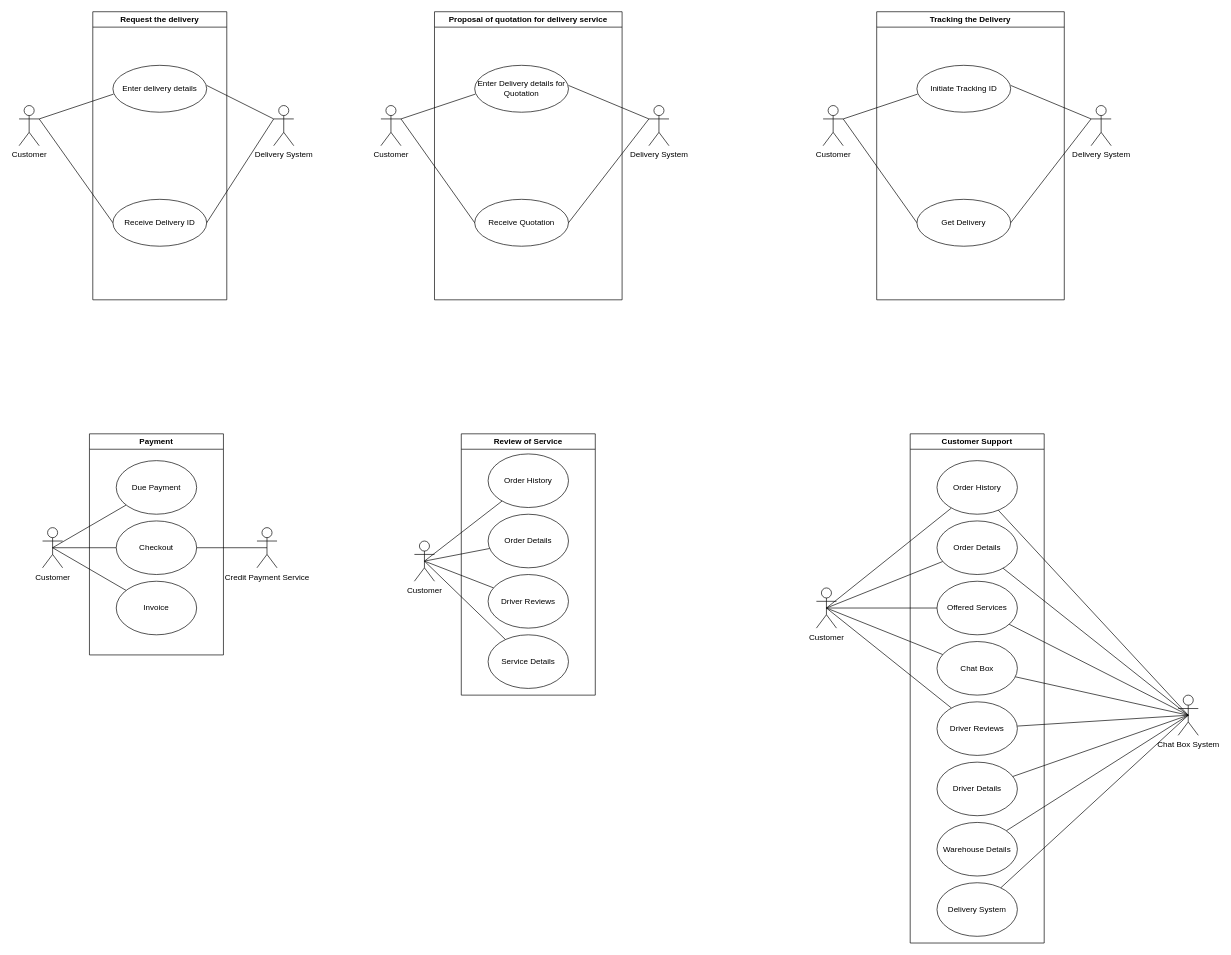
The draw.io diagram diagrams.drawio in thermoNuke1/The-blueprint--SOEN-343, before the edit. Source tidied: cells renumbered, new cells numbered last; positions are measured from the earlier drawing's top-left corner, leaving out a move shared by most shapes. Both pictures are drawn from the tidied source at 67%, with x=0, y=0 at pixel (19, 11).
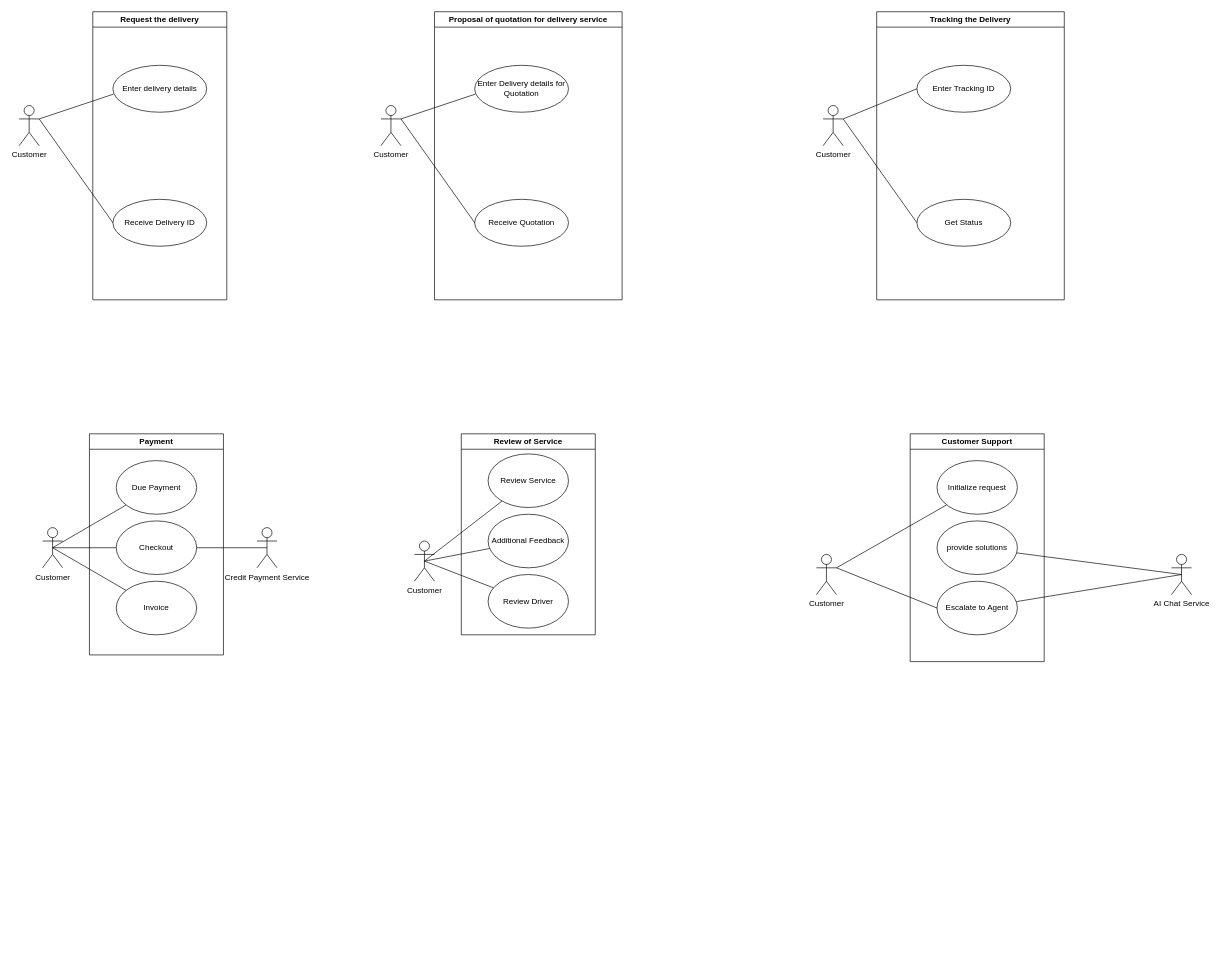
The same diagram, later.

Unchanged cells that the change refers to:
```xml
<mxCell id="2" value="Request the delivery" style="swimlane;whiteSpace=wrap;html=1;" parent="1" vertex="1">
  <mxGeometry x="110" width="200" height="430" as="geometry" />
</mxCell>
<mxCell id="4" value="Receive Delivery ID" style="ellipse;whiteSpace=wrap;html=1;" parent="2" vertex="1">
  <mxGeometry x="30" y="280" width="140" height="70" as="geometry" />
</mxCell>
<mxCell id="11" value="Proposal of quotation for delivery service" style="swimlane;whiteSpace=wrap;html=1;" parent="1" vertex="1">
  <mxGeometry x="620" width="280" height="430" as="geometry" />
</mxCell>
<mxCell id="13" value="Receive Quotation" style="ellipse;whiteSpace=wrap;html=1;" parent="11" vertex="1">
  <mxGeometry x="60" y="280" width="140" height="70" as="geometry" />
</mxCell>
<mxCell id="20" value="Tracking the Delivery" style="swimlane;whiteSpace=wrap;html=1;" parent="1" vertex="1">
  <mxGeometry x="1280" width="280" height="430" as="geometry" />
</mxCell>
<mxCell id="26" value="Customer" style="shape=umlActor;verticalLabelPosition=bottom;verticalAlign=top;html=1;outlineConnect=0;" parent="1" vertex="1">
  <mxGeometry x="1200" y="140" width="30" height="60" as="geometry" />
</mxCell>
<mxCell id="43" value="Customer" style="shape=umlActor;verticalLabelPosition=bottom;verticalAlign=top;html=1;" parent="1" vertex="1">
  <mxGeometry x="590" y="790" width="30" height="60" as="geometry" />
</mxCell>
```

Change to the diagram source:
```diff
@@
-    <mxCell id="5" style="endArrow=none;html=1;rounded=0;exitX=1;exitY=0.3333333333333333;exitDx=0;exitDy=0;exitPerimeter=0;" parent="2" edge="1">
-      <mxGeometry relative="1" as="geometry">
-        <mxPoint x="170" y="110" as="sourcePoint" />
-        <mxPoint x="270" y="160" as="targetPoint" />
-      </mxGeometry>
-    </mxCell>
@@
-    <mxCell id="7" value="Delivery System" style="shape=umlActor;verticalLabelPosition=bottom;verticalAlign=top;html=1;" parent="1" vertex="1">
-      <mxGeometry x="380" y="140" width="30" height="60" as="geometry" />
-    </mxCell>
@@
-    <mxCell id="10" style="endArrow=none;html=1;rounded=0;exitX=1;exitY=0.5;exitDx=0;exitDy=0;" parent="1" edge="1" source="4">
-      <mxGeometry relative="1" as="geometry">
-        <mxPoint x="380" y="160" as="targetPoint" />
-      </mxGeometry>
-    </mxCell>
@@
-    <mxCell id="14" style="endArrow=none;html=1;rounded=0;exitX=1;exitY=0.3333333333333333;exitDx=0;exitDy=0;exitPerimeter=0;" parent="11" edge="1">
-      <mxGeometry relative="1" as="geometry">
-        <mxPoint x="200" y="110" as="sourcePoint" />
-        <mxPoint x="320" y="160" as="targetPoint" />
-      </mxGeometry>
-    </mxCell>
@@
-    <mxCell id="18" value="Delivery System" style="shape=umlActor;verticalLabelPosition=bottom;verticalAlign=top;html=1;outlineConnect=0;" parent="1" vertex="1">
-      <mxGeometry x="940" y="140" width="30" height="60" as="geometry" />
-    </mxCell>
-    <mxCell id="19" style="endArrow=none;html=1;rounded=0;exitX=1;exitY=0.5;exitDx=0;exitDy=0;entryX=0;entryY=0.3333333333333333;entryDx=0;entryDy=0;entryPerimeter=0;" parent="1" edge="1" source="13" target="18">
-      <mxGeometry relative="1" as="geometry" />
-    </mxCell>
@@
-    <mxCell id="21" value="Initiate Tracking ID" style="ellipse;whiteSpace=wrap;html=1;" parent="20" vertex="1">
+    <mxCell id="21" value="Enter Tracking ID" style="ellipse;whiteSpace=wrap;html=1;" parent="20" vertex="1">
       <mxGeometry x="60" y="80" width="140" height="70" as="geometry" />
     </mxCell>
-    <mxCell id="22" value="Get Delivery" style="ellipse;whiteSpace=wrap;html=1;" parent="20" vertex="1">
+    <mxCell id="22" value="Get Status" style="ellipse;whiteSpace=wrap;html=1;" parent="20" vertex="1">
       <mxGeometry x="60" y="280" width="140" height="70" as="geometry" />
     </mxCell>
-    <mxCell id="23" style="endArrow=none;html=1;rounded=0;exitX=1;exitY=0.3333333333333333;exitDx=0;exitDy=0;exitPerimeter=0;" parent="20" edge="1">
-      <mxGeometry relative="1" as="geometry">
-        <mxPoint x="200" y="110" as="sourcePoint" />
-        <mxPoint x="320" y="160" as="targetPoint" />
-      </mxGeometry>
-    </mxCell>
-    <mxCell id="24" style="endArrow=none;html=1;rounded=0;entryX=0.007;entryY=0.614;entryDx=0;entryDy=0;entryPerimeter=0;" parent="20" edge="1" target="21">
-      <mxGeometry relative="1" as="geometry">
-        <mxPoint x="-50" y="160" as="sourcePoint" />
-      </mxGeometry>
-    </mxCell>
@@
-    <mxCell id="27" value="Delivery System" style="shape=umlActor;verticalLabelPosition=bottom;verticalAlign=top;html=1;outlineConnect=0;" parent="1" vertex="1">
-      <mxGeometry x="1600" y="140" width="30" height="60" as="geometry" />
-    </mxCell>
-    <mxCell id="28" style="endArrow=none;html=1;rounded=0;exitX=1;exitY=0.5;exitDx=0;exitDy=0;entryX=0;entryY=0.3333333333333333;entryDx=0;entryDy=0;entryPerimeter=0;" parent="1" edge="1" source="22" target="27">
-      <mxGeometry relative="1" as="geometry" />
-    </mxCell>
@@
-    <mxCell id="42" style="edgeStyle=none;rounded=0;jettySize=auto;html=1;exitX=0.5;exitY=0.5;exitDx=0;exitDy=0;exitPerimeter=0;endArrow=none;endFill=0;" parent="1" edge="1" source="43" target="47">
-      <mxGeometry relative="1" as="geometry" />
-    </mxCell>
@@
-    <mxCell id="44" value="Order History" style="ellipse;whiteSpace=wrap;html=1;" parent="1" vertex="1">
+    <mxCell id="44" value="Review Service" style="ellipse;whiteSpace=wrap;html=1;" parent="1" vertex="1">
       <mxGeometry x="700" y="660" width="120" height="80" as="geometry" />
     </mxCell>
-    <mxCell id="45" value="Order Details" style="ellipse;whiteSpace=wrap;html=1;" parent="1" vertex="1">
+    <mxCell id="45" value="Additional Feedback" style="ellipse;whiteSpace=wrap;html=1;" parent="1" vertex="1">
       <mxGeometry x="700" y="750" width="120" height="80" as="geometry" />
     </mxCell>
-    <mxCell id="46" value="Driver Reviews" style="ellipse;whiteSpace=wrap;html=1;" parent="1" vertex="1">
+    <mxCell id="46" value="Review Driver" style="ellipse;whiteSpace=wrap;html=1;" parent="1" vertex="1">
       <mxGeometry x="700" y="840" width="120" height="80" as="geometry" />
     </mxCell>
-    <mxCell id="47" value="Service Details" style="ellipse;whiteSpace=wrap;html=1;" parent="1" vertex="1">
-      <mxGeometry x="700" y="930" width="120" height="80" as="geometry" />
-    </mxCell>
     <mxCell id="48" value="Review of Service" style="swimlane;whiteSpace=wrap;html=1;" parent="1" vertex="1">
-      <mxGeometry x="660" y="630" width="200" height="390" as="geometry" />
+      <mxGeometry x="660" y="630" width="200" height="300" as="geometry" />
     </mxCell>
-    <mxCell id="49" style="edgeStyle=none;rounded=0;jettySize=auto;html=1;exitX=0.5;exitY=0.5;exitDx=0;exitDy=0;exitPerimeter=0;endArrow=none;endFill=0;" parent="1" edge="1" source="54" target="55">
+    <mxCell id="49" style="edgeStyle=none;rounded=0;jettySize=auto;html=1;exitX=1;exitY=0.3333333333333333;exitDx=0;exitDy=0;exitPerimeter=0;endArrow=none;endFill=0;" parent="1" edge="1" source="54" target="55">
       <mxGeometry relative="1" as="geometry" />
     </mxCell>
-    <mxCell id="50" style="edgeStyle=none;rounded=0;jettySize=auto;html=1;exitX=0.5;exitY=0.5;exitDx=0;exitDy=0;exitPerimeter=0;endArrow=none;endFill=0;" parent="1" edge="1" source="54" target="56">
-      <mxGeometry relative="1" as="geometry" />
-    </mxCell>
-    <mxCell id="51" style="edgeStyle=none;rounded=0;jettySize=auto;html=1;exitX=0.5;exitY=0.5;exitDx=0;exitDy=0;exitPerimeter=0;endArrow=none;endFill=0;" parent="1" edge="1" source="54" target="57">
-      <mxGeometry relative="1" as="geometry" />
-    </mxCell>
-    <mxCell id="52" style="edgeStyle=none;rounded=0;jettySize=auto;html=1;exitX=0.5;exitY=0.5;exitDx=0;exitDy=0;exitPerimeter=0;endArrow=none;endFill=0;" parent="1" edge="1" source="54" target="70">
-      <mxGeometry relative="1" as="geometry" />
-    </mxCell>
-    <mxCell id="53" style="edgeStyle=none;rounded=0;jettySize=auto;html=1;exitX=0.5;exitY=0.5;exitDx=0;exitDy=0;exitPerimeter=0;endArrow=none;endFill=0;" parent="1" edge="1" source="54" target="72">
-      <mxGeometry relative="1" as="geometry" />
-    </mxCell>
     <mxCell id="54" value="Customer" style="shape=umlActor;verticalLabelPosition=bottom;verticalAlign=top;html=1;outlineConnect=0;" parent="1" vertex="1">
-      <mxGeometry x="1190" y="860" width="30" height="60" as="geometry" />
+      <mxGeometry x="1190" y="810" width="30" height="60" as="geometry" />
     </mxCell>
-    <mxCell id="55" value="Order History" style="ellipse;whiteSpace=wrap;html=1;" parent="1" vertex="1">
+    <mxCell id="55" value="Initialize request" style="ellipse;whiteSpace=wrap;html=1;" parent="1" vertex="1">
       <mxGeometry x="1370" y="670" width="120" height="80" as="geometry" />
     </mxCell>
-    <mxCell id="56" value="Order Details" style="ellipse;whiteSpace=wrap;html=1;" parent="1" vertex="1">
+    <mxCell id="56" value="provide solutions" style="ellipse;whiteSpace=wrap;html=1;" parent="1" vertex="1">
       <mxGeometry x="1370" y="760" width="120" height="80" as="geometry" />
     </mxCell>
-    <mxCell id="57" value="Offered Services" style="ellipse;whiteSpace=wrap;html=1;" parent="1" vertex="1">
+    <mxCell id="57" value="Escalate to Agent" style="ellipse;whiteSpace=wrap;html=1;" parent="1" vertex="1">
       <mxGeometry x="1370" y="850" width="120" height="80" as="geometry" />
     </mxCell>
-    <mxCell id="58" style="edgeStyle=none;rounded=0;jettySize=auto;html=1;exitX=0.5;exitY=0.5;exitDx=0;exitDy=0;exitPerimeter=0;endArrow=none;endFill=0;" parent="1" edge="1" source="66" target="55">
-      <mxGeometry relative="1" as="geometry" />
-    </mxCell>
@@
-    <mxCell id="61" style="edgeStyle=none;rounded=0;jettySize=auto;html=1;exitX=0.5;exitY=0.5;exitDx=0;exitDy=0;exitPerimeter=0;endArrow=none;endFill=0;" parent="1" edge="1" source="66" target="69">
-      <mxGeometry relative="1" as="geometry" />
-    </mxCell>
-    <mxCell id="62" style="edgeStyle=none;rounded=0;jettySize=auto;html=1;exitX=0.5;exitY=0.5;exitDx=0;exitDy=0;exitPerimeter=0;endArrow=none;endFill=0;" parent="1" edge="1" source="66" target="68">
-      <mxGeometry relative="1" as="geometry" />
-    </mxCell>
-    <mxCell id="63" style="edgeStyle=none;rounded=0;jettySize=auto;html=1;exitX=0.5;exitY=0.5;exitDx=0;exitDy=0;exitPerimeter=0;endArrow=none;endFill=0;" parent="1" edge="1" source="66" target="70">
-      <mxGeometry relative="1" as="geometry" />
-    </mxCell>
-    <mxCell id="64" style="edgeStyle=none;rounded=0;jettySize=auto;html=1;exitX=0.5;exitY=0.5;exitDx=0;exitDy=0;exitPerimeter=0;endArrow=none;endFill=0;" parent="1" edge="1" source="66" target="71">
-      <mxGeometry relative="1" as="geometry" />
-    </mxCell>
-    <mxCell id="65" style="edgeStyle=none;rounded=0;jettySize=auto;html=1;exitX=0.5;exitY=0.5;exitDx=0;exitDy=0;exitPerimeter=0;endArrow=none;endFill=0;" parent="1" edge="1" source="66" target="72">
-      <mxGeometry relative="1" as="geometry" />
-    </mxCell>
-    <mxCell id="66" value="Chat Box System" style="shape=umlActor;verticalLabelPosition=bottom;verticalAlign=top;html=1;outlineConnect=0;" parent="1" vertex="1">
-      <mxGeometry x="1730" y="1020" width="30" height="60" as="geometry" />
+    <mxCell id="66" value="AI Chat Service" style="shape=umlActor;verticalLabelPosition=bottom;verticalAlign=top;html=1;outlineConnect=0;" parent="1" vertex="1">
+      <mxGeometry x="1720" y="810" width="30" height="60" as="geometry" />
     </mxCell>
     <mxCell id="67" value="Customer Support" style="swimlane;whiteSpace=wrap;html=1;" parent="1" vertex="1">
-      <mxGeometry x="1330" y="630" width="200" height="760" as="geometry" />
+      <mxGeometry x="1330" y="630" width="200" height="340" as="geometry" />
     </mxCell>
-    <mxCell id="68" value="Delivery System" style="ellipse;whiteSpace=wrap;html=1;" parent="67" vertex="1">
-      <mxGeometry x="40" y="670" width="120" height="80" as="geometry" />
-    </mxCell>
-    <mxCell id="69" value="Warehouse Details" style="ellipse;whiteSpace=wrap;html=1;" parent="67" vertex="1">
-      <mxGeometry x="40" y="580" width="120" height="80" as="geometry" />
-    </mxCell>
-    <mxCell id="70" value="Driver Reviews" style="ellipse;whiteSpace=wrap;html=1;" parent="67" vertex="1">
-      <mxGeometry x="40" y="400" width="120" height="80" as="geometry" />
-    </mxCell>
-    <mxCell id="71" value="Driver Details" style="ellipse;whiteSpace=wrap;html=1;" parent="67" vertex="1">
-      <mxGeometry x="40" y="490" width="120" height="80" as="geometry" />
-    </mxCell>
-    <mxCell id="72" value="Chat Box" style="ellipse;whiteSpace=wrap;html=1;" parent="67" vertex="1">
-      <mxGeometry x="40" y="310" width="120" height="80" as="geometry" />
-    </mxCell>
+    <mxCell id="73" style="endArrow=none;html=1;rounded=0;exitX=1;exitY=0.3333333333333333;exitDx=0;exitDy=0;exitPerimeter=0;entryX=0;entryY=0.5;entryDx=0;entryDy=0;" parent="1" edge="1" source="26" target="21">
+      <mxGeometry relative="1" as="geometry" />
+    </mxCell>
+    <mxCell id="74" style="edgeStyle=none;rounded=0;jettySize=auto;html=1;endArrow=none;endFill=0;exitX=1;exitY=0.3333333333333333;exitDx=0;exitDy=0;exitPerimeter=0;" parent="1" edge="1" source="54">
+      <mxGeometry relative="1" as="geometry">
+        <mxPoint x="1370" y="890" as="targetPoint" />
+      </mxGeometry>
+    </mxCell>
```
